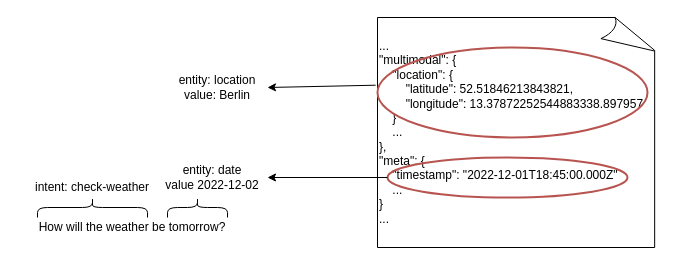
Above: voice interaction drafts/paInterfaces/processInputWeather.drawio in w3c/voiceinteraction (draw.io), before the change. Source tidied: cells renumbered, new cells numbered last; positions are measured from the earlier drawing's top-left corner, leaving out a move shared by most shapes. Both pictures are drawn from the tidied source at 100%, with x=0, y=0 at pixel (17, 17).
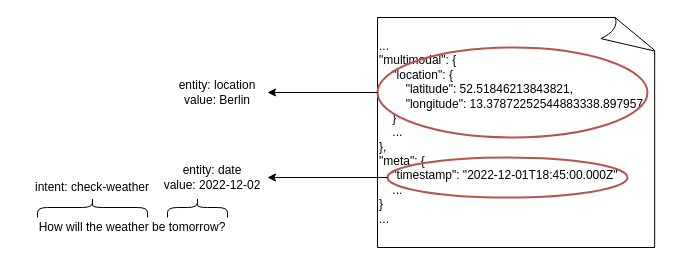
The same diagram, later.

Commit message (it also covers changes not shown here):
#31 added NLU examples for external client input example flight reservation

Diff of the diagram source:
```diff
@@
 <mxGraphModel>
   <root>
     <mxCell id="0" />
     <mxCell id="1" parent="0" />
     <mxCell id="2" value="How will the weather be tomorrow?" style="text;html=1;strokeColor=none;fillColor=none;align=center;verticalAlign=middle;whiteSpace=wrap;overflow=hidden;" parent="1" vertex="1">
       <mxGeometry y="200" width="230" height="20" as="geometry" />
     </mxCell>
     <mxCell id="3" style="shape=curlyBracket;whiteSpace=wrap;html=1;rounded=1;flipH=1;labelPosition=right;verticalLabelPosition=middle;align=left;verticalAlign=middle;direction=south;" parent="1" vertex="1">
       <mxGeometry x="20" y="180" width="110" height="20" as="geometry" />
     </mxCell>
     <mxCell id="4" value="intent: check-weather" style="text;html=1;strokeColor=none;fillColor=none;align=center;verticalAlign=middle;whiteSpace=wrap;overflow=hidden;" parent="1" vertex="1">
       <mxGeometry x="10" y="160" width="130" height="20" as="geometry" />
     </mxCell>
     <mxCell id="5" style="shape=curlyBracket;whiteSpace=wrap;html=1;rounded=1;flipH=1;labelPosition=right;verticalLabelPosition=middle;align=left;verticalAlign=middle;direction=south;" parent="1" vertex="1">
       <mxGeometry x="150" y="180" width="60" height="20" as="geometry" />
     </mxCell>
-    <mxCell id="6" value="entity: date&lt;br&gt;value&amp;nbsp;2022-12-02" style="text;html=1;strokeColor=none;fillColor=none;align=center;verticalAlign=middle;whiteSpace=wrap;overflow=hidden;" parent="1" vertex="1">
+    <mxCell id="6" value="entity: date&lt;br&gt;value: 2022-12-02" style="text;html=1;strokeColor=none;fillColor=none;align=center;verticalAlign=middle;whiteSpace=wrap;overflow=hidden;" parent="1" vertex="1">
       <mxGeometry x="140" y="140" width="110" height="40" as="geometry" />
     </mxCell>
     <mxCell id="7" value="&lt;div&gt;...&lt;br&gt;&lt;/div&gt;&lt;div&gt;&quot;multimodal&quot;: {&lt;/div&gt;&lt;div&gt;&amp;nbsp; &amp;nbsp; &quot;location&quot;: {&lt;/div&gt;&lt;div&gt;&lt;span style=&quot;&quot;&gt;&lt;/span&gt;&amp;nbsp; &amp;nbsp; &amp;nbsp; &amp;nbsp; &quot;latitude&quot;: 52.51846213843821,&lt;/div&gt;&lt;div&gt;&lt;span style=&quot;&quot;&gt;&lt;/span&gt;&amp;nbsp; &amp;nbsp; &amp;nbsp; &amp;nbsp; &quot;longitude&quot;: 13.37872252544883338.897957&lt;/div&gt;&lt;div&gt;&lt;span style=&quot;&quot;&gt;&lt;/span&gt;&amp;nbsp; &amp;nbsp; }&lt;/div&gt;&lt;div&gt;&lt;span style=&quot;&quot;&gt;&lt;/span&gt;&amp;nbsp; &amp;nbsp; ...&lt;/div&gt;&lt;div&gt;&lt;span style=&quot;&quot;&gt;&#9;&lt;/span&gt;},&lt;/div&gt;&lt;div&gt;&lt;span style=&quot;&quot;&gt;&#9;&lt;/span&gt;&quot;meta&quot;: {&lt;/div&gt;&lt;div&gt;&lt;span style=&quot;&quot;&gt;&lt;/span&gt;&amp;nbsp; &amp;nbsp; &quot;timestamp&quot;: &quot;2022-12-01T18:45:00.000Z&quot;&lt;/div&gt;&lt;div&gt;&lt;span style=&quot;&quot;&gt;&lt;/span&gt;&amp;nbsp; &amp;nbsp; ...&lt;/div&gt;&lt;div&gt;&lt;span style=&quot;&quot;&gt;&#9;&lt;/span&gt;}&lt;/div&gt;&lt;div&gt;...&lt;br&gt;&lt;/div&gt;" style="whiteSpace=wrap;html=1;shape=mxgraph.basic.document;align=left;" parent="1" vertex="1">
       <mxGeometry x="360" width="280" height="230" as="geometry" />
     </mxCell>
     <mxCell id="8" style="ellipse;whiteSpace=wrap;html=1;fillColor=none;strokeColor=#b85450;strokeWidth=2;" parent="1" vertex="1">
       <mxGeometry x="370" y="140" width="240" height="40" as="geometry" />
     </mxCell>
     <mxCell id="9" value="entity: location&lt;br&gt;value: Berlin" style="text;html=1;strokeColor=none;fillColor=none;align=center;verticalAlign=middle;whiteSpace=wrap;overflow=hidden;" parent="1" vertex="1">
-      <mxGeometry x="150" y="50" width="100" height="40" as="geometry" />
+      <mxGeometry x="150" y="55" width="100" height="40" as="geometry" />
     </mxCell>
     <mxCell id="10" style="ellipse;whiteSpace=wrap;html=1;fillColor=none;strokeColor=#b85450;strokeWidth=2;" parent="1" vertex="1">
       <mxGeometry x="360" y="30" width="270" height="90" as="geometry" />
     </mxCell>
-    <mxCell id="11" style="endArrow=classic;html=1;rounded=0;entryX=1;entryY=0.5;entryDx=0;entryDy=0;exitX=-0.007;exitY=0.419;exitDx=0;exitDy=0;exitPerimeter=0;" parent="1" edge="1" source="10" target="9">
+    <mxCell id="11" style="endArrow=classic;html=1;rounded=0;entryX=1;entryY=0.5;entryDx=0;entryDy=0;exitX=0;exitY=0.5;exitDx=0;exitDy=0;" parent="1" edge="1" source="10" target="9">
       <mxGeometry relative="1" as="geometry" />
     </mxCell>
     <mxCell id="12" style="endArrow=classic;html=1;rounded=0;entryX=1;entryY=0.5;entryDx=0;entryDy=0;exitX=0;exitY=0.5;exitDx=0;exitDy=0;" parent="1" edge="1" source="8" target="6">
       <mxGeometry relative="1" as="geometry" />
     </mxCell>
   </root>
 </mxGraphModel>
```
